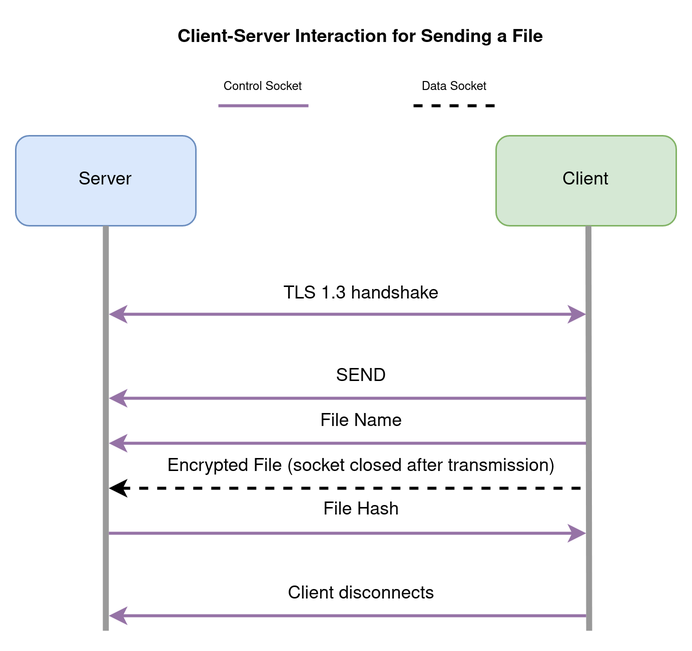
Earlier version of the draw.io export documentation/img/send-protocol.png (alexgrejuc/filesharer). Source tidied: cells renumbered, new cells last; positions are measured from the earlier drawing's top-left corner, leaving out a move shared by most shapes.
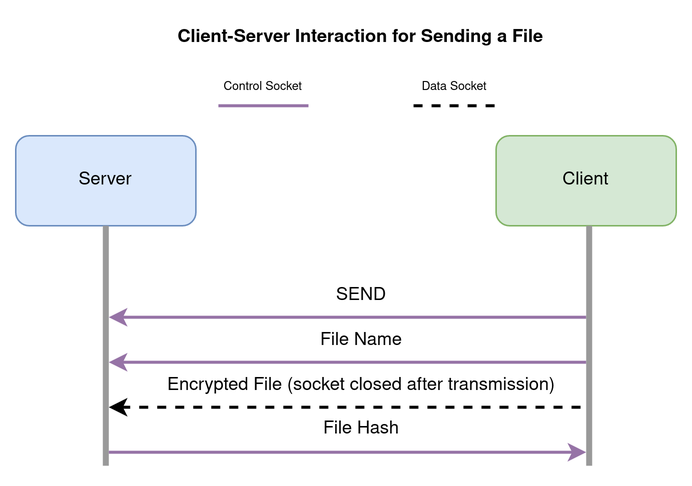
Later version of the same file.

What changed in the source:
```diff
@@ -10,50 +10,26 @@
     </mxCell>
     <mxCell id="4" style="endArrow=none;html=1;rounded=0;entryX=0.5;entryY=1;entryDx=0;entryDy=0;strokeWidth=4;strokeColor=#999999;" parent="1" edge="1" target="3">
       <mxGeometry relative="1" as="geometry">
-        <mxPoint x="60" y="410" as="sourcePoint" />
+        <mxPoint x="60" y="300" as="sourcePoint" />
       </mxGeometry>
     </mxCell>
-    <mxCell id="5" style="endArrow=none;html=1;rounded=0;entryX=0.5;entryY=1;entryDx=0;entryDy=0;strokeWidth=4;strokeColor=#999999;" parent="1" edge="1">
-      <mxGeometry relative="1" as="geometry">
-        <mxPoint x="382" y="410" as="sourcePoint" />
-        <mxPoint x="381.5" y="140" as="targetPoint" />
-      </mxGeometry>
-    </mxCell>
-    <mxCell id="6" style="endArrow=classic;startArrow=classic;html=1;rounded=0;strokeWidth=2;fillColor=#e1d5e7;strokeColor=#9673a6;verticalAlign=middle;" parent="1" edge="1">
-      <mxGeometry relative="1" as="geometry">
-        <mxPoint x="62" y="199" as="sourcePoint" />
-        <mxPoint x="380" y="199" as="targetPoint" />
-      </mxGeometry>
-    </mxCell>
-    <mxCell id="7" value="TLS 1.3 handshake" style="text;html=1;align=center;verticalAlign=middle;strokeColor=none;fillColor=none;" parent="1" vertex="1">
-      <mxGeometry x="170" y="176" width="120" height="20" as="geometry" />
-    </mxCell>
     <mxCell id="8" style="endArrow=none;startArrow=classic;html=1;rounded=0;strokeWidth=2;fillColor=#e1d5e7;strokeColor=#9673a6;endFill=0;" parent="1" edge="1">
       <mxGeometry relative="1" as="geometry">
-        <mxPoint x="62" y="255" as="sourcePoint" />
-        <mxPoint x="380" y="255" as="targetPoint" />
+        <mxPoint x="62" y="201" as="sourcePoint" />
+        <mxPoint x="380" y="201" as="targetPoint" />
       </mxGeometry>
     </mxCell>
     <mxCell id="9" style="endArrow=none;startArrow=classic;html=1;rounded=0;strokeWidth=2;fillColor=#f8cecc;strokeColor=#000000;dashed=1;endFill=0;" parent="1" edge="1">
       <mxGeometry relative="1" as="geometry">
-        <mxPoint x="62" y="315" as="sourcePoint" />
-        <mxPoint x="380" y="315" as="targetPoint" />
+        <mxPoint x="62" y="261" as="sourcePoint" />
+        <mxPoint x="380" y="261" as="targetPoint" />
       </mxGeometry>
     </mxCell>
-    <mxCell id="10" style="endArrow=none;startArrow=classic;html=1;rounded=0;strokeWidth=2;endFill=0;fillColor=#e1d5e7;strokeColor=#9673a6;" parent="1" edge="1">
-      <mxGeometry relative="1" as="geometry">
-        <mxPoint x="62" y="400" as="sourcePoint" />
-        <mxPoint x="380" y="400" as="targetPoint" />
-      </mxGeometry>
-    </mxCell>
-    <mxCell id="11" value="&lt;div&gt;Client disconnects&lt;/div&gt;" style="text;html=1;align=center;verticalAlign=middle;strokeColor=none;fillColor=none;" parent="1" vertex="1">
-      <mxGeometry x="175" y="376" width="110" height="20" as="geometry" />
-    </mxCell>
     <mxCell id="12" value="SEND" style="text;html=1;align=center;verticalAlign=middle;strokeColor=none;fillColor=none;" parent="1" vertex="1">
-      <mxGeometry x="205" y="231" width="50" height="20" as="geometry" />
+      <mxGeometry x="205" y="177" width="50" height="20" as="geometry" />
     </mxCell>
     <mxCell id="13" value="Encrypted File (socket closed after transmission)" style="text;html=1;align=center;verticalAlign=middle;strokeColor=none;fillColor=none;" parent="1" vertex="1">
-      <mxGeometry x="95" y="291" width="270" height="20" as="geometry" />
+      <mxGeometry x="95" y="237" width="270" height="20" as="geometry" />
     </mxCell>
     <mxCell id="14" value="Client-Server Interaction for Sending a File" style="text;html=1;strokeColor=none;fillColor=none;align=center;verticalAlign=middle;whiteSpace=wrap;rounded=0;fontStyle=1;" parent="1" vertex="1">
       <mxGeometry x="105" width="250" height="30" as="geometry" />
@@ -78,21 +54,27 @@
     </mxCell>
     <mxCell id="19" style="endArrow=none;startArrow=classic;html=1;rounded=0;strokeWidth=2;fillColor=#e1d5e7;strokeColor=#9673a6;endFill=0;" parent="1" edge="1">
       <mxGeometry relative="1" as="geometry">
-        <mxPoint x="62" y="285" as="sourcePoint" />
-        <mxPoint x="380" y="285" as="targetPoint" />
+        <mxPoint x="62" y="231" as="sourcePoint" />
+        <mxPoint x="380" y="231" as="targetPoint" />
       </mxGeometry>
     </mxCell>
     <mxCell id="20" value="File Name" style="text;html=1;align=center;verticalAlign=middle;strokeColor=none;fillColor=none;" parent="1" vertex="1">
-      <mxGeometry x="195" y="261" width="70" height="20" as="geometry" />
+      <mxGeometry x="195" y="207" width="70" height="20" as="geometry" />
     </mxCell>
     <mxCell id="21" style="endArrow=classic;startArrow=none;html=1;rounded=0;strokeWidth=2;fillColor=#e1d5e7;strokeColor=#9673a6;verticalAlign=middle;startFill=0;" parent="1" edge="1">
       <mxGeometry relative="1" as="geometry">
-        <mxPoint x="62" y="345" as="sourcePoint" />
-        <mxPoint x="380" y="345" as="targetPoint" />
+        <mxPoint x="62" y="291" as="sourcePoint" />
+        <mxPoint x="380" y="291" as="targetPoint" />
       </mxGeometry>
     </mxCell>
     <mxCell id="22" value="File Hash" style="text;html=1;align=center;verticalAlign=middle;strokeColor=none;fillColor=none;" parent="1" vertex="1">
-      <mxGeometry x="195" y="320" width="70" height="20" as="geometry" />
+      <mxGeometry x="195" y="266" width="70" height="20" as="geometry" />
     </mxCell>
+    <mxCell id="23" style="endArrow=none;html=1;rounded=0;entryX=0.5;entryY=1;entryDx=0;entryDy=0;strokeWidth=4;strokeColor=#999999;" parent="1" edge="1">
+      <mxGeometry relative="1" as="geometry">
+        <mxPoint x="382" y="300" as="sourcePoint" />
+        <mxPoint x="382" y="140" as="targetPoint" />
+      </mxGeometry>
+    </mxCell>
   </root>
 </mxGraphModel>
```
